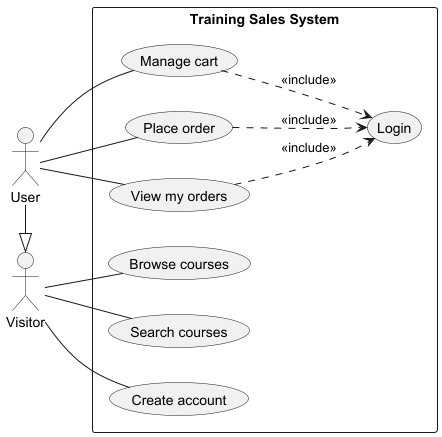
This is doc/01-UseCase/UseCase.png from john7440/EvaluationJava, a PlantUML export, as it was before one commit.
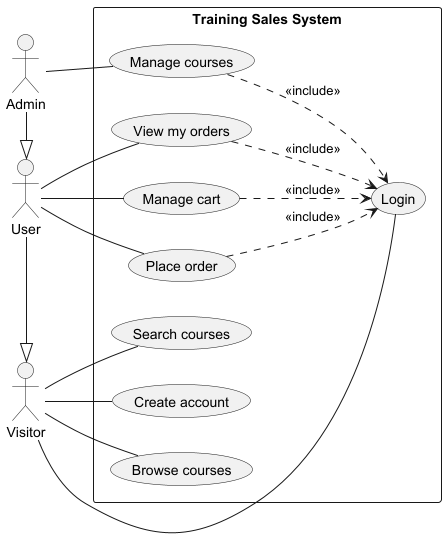
After the change.

Commit message:
mise a jour du diagramme de usecase pour ajouter l'admin

The edit, as a diff of the source:
```diff
@@ -1,8 +1,12 @@
 @startuml
 left to right direction
 
+actor Admin
 actor Visitor
 actor User
+
+User -|> Visitor
+Admin -|> User
 
 rectangle "Training Sales System" {
 
@@ -17,20 +21,25 @@
  usecase "Place order" as UC6
  usecase "View my orders" as UC7
 
+ usecase "Manage courses" as UC8
+
 }
 
 Visitor -- UC1
 Visitor -- UC2
 Visitor -- UC3
+Visitor -- AUTH
 
-User -|> Visitor
 
 User -- UC5
 User -- UC6
 User -- UC7
 
+Admin -- UC8
+
 UC5 ..> AUTH : <<include>>
 UC6 ..> AUTH : <<include>>
 UC7 ..> AUTH : <<include>>
+UC8 ..> AUTH : <<include>>
 
 @enduml
```
